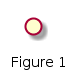
mattjhayes/PlantUML-Examples keeps this PlantUML diagram as Diagram-Features/caption.png. Above is the earlier version. The source it was exported from:
```plantuml
@startuml
() " " as u1
caption Figure 1
@enduml
```
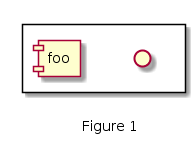
The same diagram one commit later.

Change to the diagram source:
```diff
@@ -1,4 +1,7 @@
 @startuml
-() " " as u1
+rectangle {
+    () " " as u1
+    component foo
+}
 caption Figure 1
 @enduml
```
